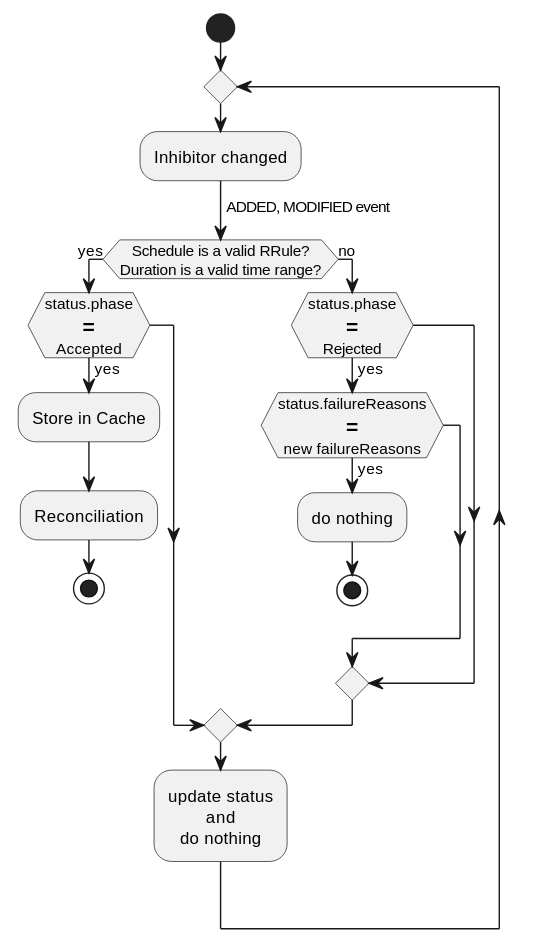
The PlantUML diagram static/img/docs/workflows/inhibitor-admission.svg in link-society/kubirds-website, before a commit. The source it was exported from:
```plantuml
@startuml ../../static/img/docs/workflows/inhibitor-admission
skinparam defaultTextAlignment center

start

repeat
  :Inhibitor changed;
  ->ADDED, MODIFIED event;
  if (Schedule is a valid RRule?\nDuration is a valid time range?) then (yes)
    if (status.phase\n==\nAccepted) then (yes)
      :Store in Cache;
      :Reconciliation;
      stop
    endif
  else (no)
    if (status.phase\n==\nRejected) then (yes)
      if (status.failureReasons\n==\nnew failureReasons) then (yes)
        :do nothing;
        stop
      endif
    endif
  endif
  :update status\nand\ndo nothing;


@enduml
```
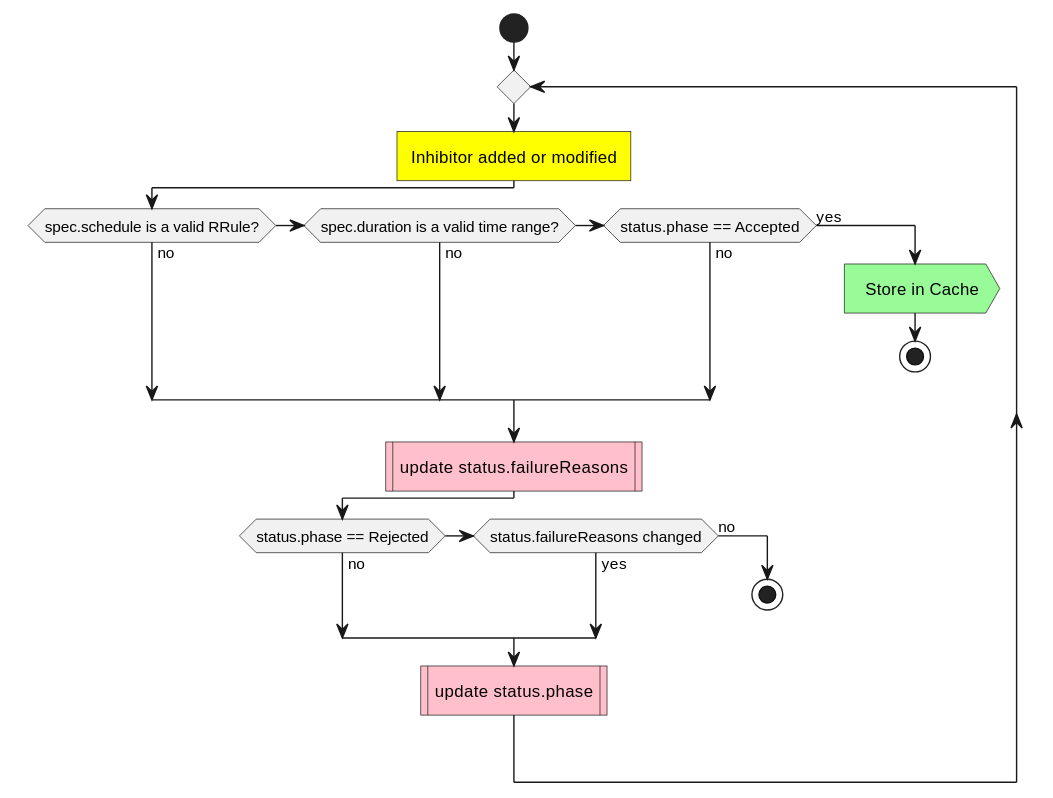
Above is the later version.

The edit, as a diff of the source:
```diff
@@ -4,23 +4,19 @@
 start
 
 repeat
-  :Inhibitor changed;
-  ->ADDED, MODIFIED event;
-  if (Schedule is a valid RRule?\nDuration is a valid time range?) then (yes)
-    if (status.phase\n==\nAccepted) then (yes)
-      :Store in Cache;
-      :Reconciliation;
-      stop
-    endif
+  #yellow:Inhibitor added or modified]
+  if (spec.schedule is a valid RRule?) then (no)
+  elseif(spec.duration is a valid time range?) then (no)
+  elseif (status.phase == Accepted) then (no)
+  else (yes)
+    #palegreen:Store in Cache>
+    stop
+  endif
+  #pink:update status.failureReasons|
+  if (status.phase == Rejected) then (no)
+  elseif (status.failureReasons changed) then (yes)
   else (no)
-    if (status.phase\n==\nRejected) then (yes)
-      if (status.failureReasons\n==\nnew failureReasons) then (yes)
-        :do nothing;
-        stop
-      endif
-    endif
+    stop
   endif
-  :update status\nand\ndo nothing;
-
-
+  #pink:update status.phase|
 @enduml
```
